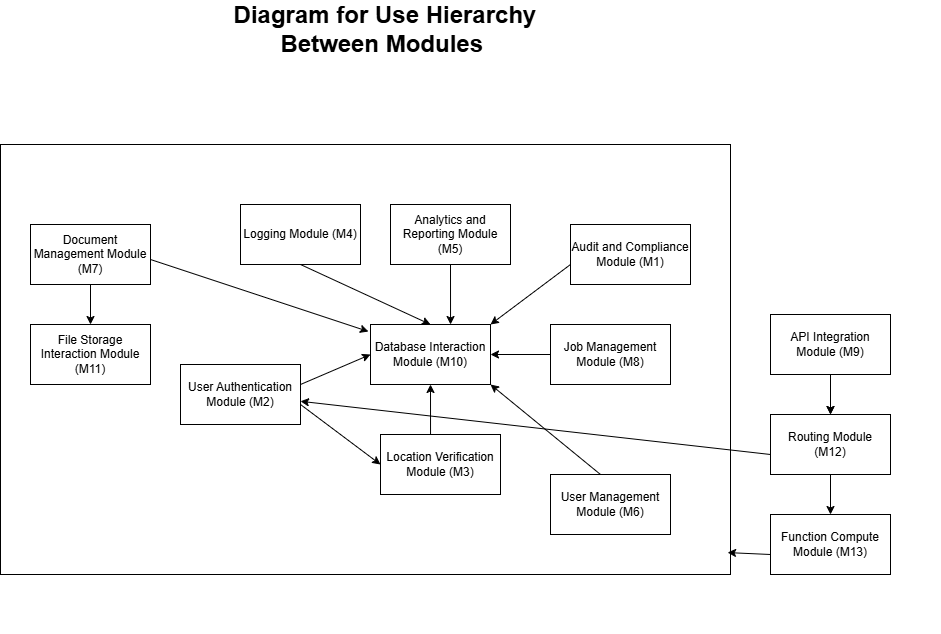
The draw.io diagram docs/Design/SoftArchitecture/userHierarchy.png in Spitgranger/SyncMaster, before a commit. Source tidied: cells renumbered, new cells last; positions are measured from the earlier drawing's top-left corner, leaving out a move shared by most shapes.
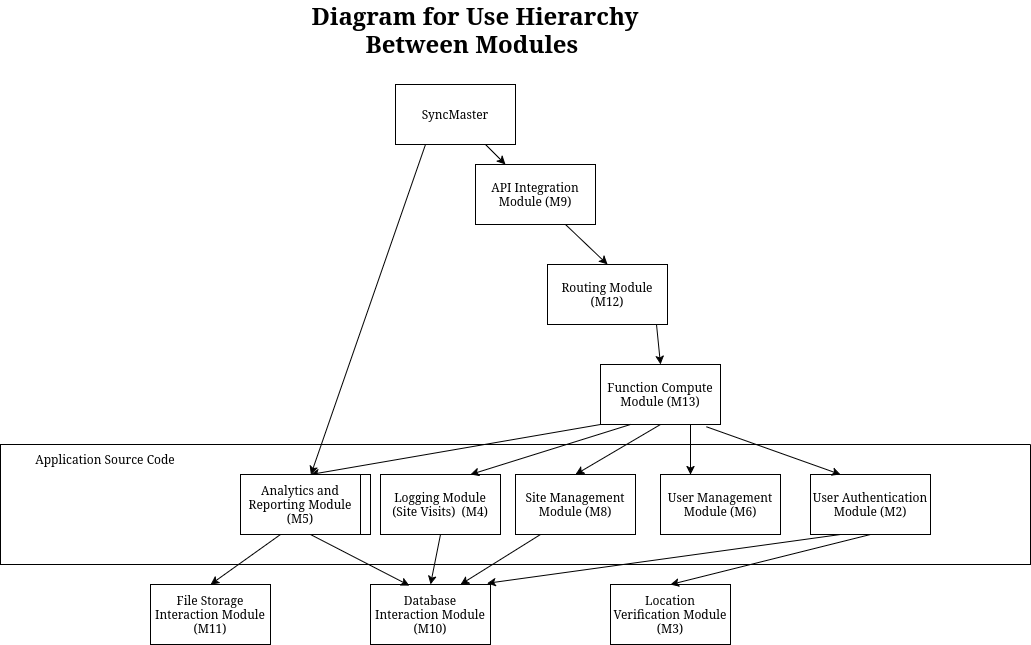
Above is the later version.

Commit message:
fix(final): update software design documents to reflect actual software architecture

What changed in the source:
```diff
@@ -5,129 +5,105 @@
     <mxCell id="2" value="&lt;b&gt;&lt;font style=&quot;font-size: 24px;&quot;&gt;Diagram for Use Hierarchy Between Modules&amp;nbsp;&lt;/font&gt;&lt;/b&gt;" style="text;html=1;align=center;verticalAlign=middle;whiteSpace=wrap;rounded=0;" parent="1" vertex="1">
       <mxGeometry x="190" width="390" height="30" as="geometry" />
     </mxCell>
-    <mxCell id="3" value="Analytics and Reporting Module (M5)" style="rounded=0;whiteSpace=wrap;html=1;" parent="1" vertex="1">
-      <mxGeometry x="390" y="190" width="120" height="60" as="geometry" />
-    </mxCell>
     <mxCell id="4" value="User Management Module (M6)" style="rounded=0;whiteSpace=wrap;html=1;" parent="1" vertex="1">
-      <mxGeometry x="550" y="460" width="120" height="60" as="geometry" />
+      <mxGeometry x="570" y="460" width="120" height="60" as="geometry" />
     </mxCell>
     <mxCell id="5" value="Location Verification Module (M3)" style="rounded=0;whiteSpace=wrap;html=1;" parent="1" vertex="1">
-      <mxGeometry x="380" y="420" width="120" height="60" as="geometry" />
+      <mxGeometry x="520" y="570" width="120" height="60" as="geometry" />
     </mxCell>
-    <mxCell id="6" value="Audit and Compliance Module (M1)" style="rounded=0;whiteSpace=wrap;html=1;" parent="1" vertex="1">
-      <mxGeometry x="570" y="210" width="120" height="60" as="geometry" />
-    </mxCell>
-    <mxCell id="7" value="Job Management Module (M8)" style="rounded=0;whiteSpace=wrap;html=1;" parent="1" vertex="1">
-      <mxGeometry x="550" y="310" width="120" height="60" as="geometry" />
-    </mxCell>
+    <mxCell id="36" value="Site Management Module (M8)" style="rounded=0;whiteSpace=wrap;html=1;" parent="1" vertex="1">
+      <mxGeometry x="425" y="460" width="120" height="60" as="geometry" />
+    </mxCell>
     <mxCell id="8" value="Database Interaction Module (M10)" style="rounded=0;whiteSpace=wrap;html=1;" parent="1" vertex="1">
-      <mxGeometry x="370" y="310" width="120" height="60" as="geometry" />
+      <mxGeometry x="280" y="570" width="120" height="60" as="geometry" />
     </mxCell>
-    <mxCell id="9" value="Logging Module (M4)" style="rounded=0;whiteSpace=wrap;html=1;" parent="1" vertex="1">
-      <mxGeometry x="240" y="190" width="120" height="60" as="geometry" />
-    </mxCell>
-    <mxCell id="10" style="group;" parent="1" vertex="1">
-      <mxGeometry x="30" y="210" width="910" height="410" as="geometry" />
-    </mxCell>
-    <mxCell id="11" style="endArrow=classic;html=1;rounded=0;" parent="10" edge="1">
-      <mxGeometry relative="1" as="geometry">
-        <mxPoint x="60" y="60" as="sourcePoint" />
-        <mxPoint x="60" y="100" as="targetPoint" />
-      </mxGeometry>
-    </mxCell>
-    <mxCell id="12" style="group;" parent="10" vertex="1">
-      <mxGeometry width="910" height="410" as="geometry" />
-    </mxCell>
+    <mxCell id="37" value="Logging Module (Site Visits)&amp;nbsp; (M4)" style="rounded=0;whiteSpace=wrap;html=1;" parent="1" vertex="1">
+      <mxGeometry x="290" y="460" width="120" height="60" as="geometry" />
+    </mxCell>
+    <mxCell id="38" style="endArrow=classic;html=1;rounded=0;exitX=0.5;exitY=1;exitDx=0;exitDy=0;entryX=0.5;entryY=0;entryDx=0;entryDy=0;" parent="1" edge="1" source="16" target="5">
+      <mxGeometry relative="1" as="geometry" />
+    </mxCell>
-    <mxCell id="13" value="Document Management Module (M7)" style="rounded=0;whiteSpace=wrap;html=1;" parent="12" vertex="1">
-      <mxGeometry width="120" height="60" as="geometry" />
+    <mxCell id="13" value="Document Management Module (M7)" style="rounded=0;whiteSpace=wrap;html=1;" parent="1" vertex="1">
+      <mxGeometry x="160" y="460" width="120" height="60" as="geometry" />
     </mxCell>
-    <mxCell id="14" style="rounded=0;whiteSpace=wrap;html=1;fillColor=none;" parent="12" vertex="1">
-      <mxGeometry x="-30" y="-80" width="730" height="430" as="geometry" />
-    </mxCell>
-    <mxCell id="15" value="File Storage Interaction Module (M11)" style="rounded=0;whiteSpace=wrap;html=1;" parent="12" vertex="1">
-      <mxGeometry y="100" width="120" height="60" as="geometry" />
+    <mxCell id="15" value="File Storage Interaction Module (M11)" style="rounded=0;whiteSpace=wrap;html=1;" parent="1" vertex="1">
+      <mxGeometry x="60" y="570" width="120" height="60" as="geometry" />
     </mxCell>
     <mxCell id="16" value="User Authentication Module (M2)" style="rounded=0;whiteSpace=wrap;html=1;" parent="1" vertex="1">
-      <mxGeometry x="180" y="350" width="120" height="60" as="geometry" />
+      <mxGeometry x="720" y="460" width="120" height="60" as="geometry" />
     </mxCell>
-    <mxCell id="17" style="group;" parent="1" vertex="1">
-      <mxGeometry x="770" y="300" width="120" height="260" as="geometry" />
-    </mxCell>
+    <mxCell id="39" style="group;" parent="1" vertex="1">
+      <mxGeometry x="460" y="100" width="165" height="260" as="geometry" />
+    </mxCell>
+    <mxCell id="20" value="API Integration Module (M9)" style="rounded=0;whiteSpace=wrap;html=1;" parent="39" vertex="1">
+      <mxGeometry x="-75" y="50" width="120" height="60" as="geometry" />
+    </mxCell>
+    <mxCell id="40" style="group;" parent="39" vertex="1">
+      <mxGeometry x="45" y="40" width="120" height="170" as="geometry" />
+    </mxCell>
+    <mxCell id="41" style="endArrow=classic;html=1;rounded=0;entryX=0.5;entryY=0;entryDx=0;entryDy=0;" parent="40" edge="1" target="18">
+      <mxGeometry relative="1" as="geometry">
+        <mxPoint x="60" y="160" as="sourcePoint" />
+      </mxGeometry>
+    </mxCell>
+    <mxCell id="21" value="Routing Module (M12)" style="rounded=0;whiteSpace=wrap;html=1;" parent="40" vertex="1">
+      <mxGeometry x="-48" y="110" width="120" height="60" as="geometry" />
+    </mxCell>
+    <mxCell id="23" style="endArrow=classic;html=1;rounded=0;entryX=0.5;entryY=0;entryDx=0;entryDy=0;exitX=0.75;exitY=1;exitDx=0;exitDy=0;" parent="39" edge="1" source="20" target="21">
+      <mxGeometry relative="1" as="geometry" />
+    </mxCell>
+    <mxCell id="42" style="endArrow=classic;html=1;rounded=0;exitX=0.25;exitY=1;exitDx=0;exitDy=0;" parent="1" edge="1" source="49" target="3">
+      <mxGeometry relative="1" as="geometry" />
+    </mxCell>
+    <mxCell id="43" style="endArrow=classic;html=1;rounded=0;entryX=0.5;entryY=0;entryDx=0;entryDy=0;exitX=0.25;exitY=1;exitDx=0;exitDy=0;" parent="1" edge="1" source="13" target="15">
+      <mxGeometry relative="1" as="geometry" />
+    </mxCell>
+    <mxCell id="44" style="endArrow=classic;html=1;rounded=0;entryX=0.323;entryY=0.016;entryDx=0;entryDy=0;exitX=0.5;exitY=1;exitDx=0;exitDy=0;entryPerimeter=0;" parent="1" edge="1" source="13" target="8">
+      <mxGeometry relative="1" as="geometry" />
+    </mxCell>
+    <mxCell id="45" style="endArrow=classic;html=1;rounded=0;entryX=0.5;entryY=0;entryDx=0;entryDy=0;exitX=0;exitY=1;exitDx=0;exitDy=0;" parent="1" edge="1" source="18" target="13">
+      <mxGeometry relative="1" as="geometry" />
+    </mxCell>
+    <mxCell id="46" style="endArrow=classic;html=1;rounded=0;entryX=0.25;entryY=0;entryDx=0;entryDy=0;exitX=0.883;exitY=1.038;exitDx=0;exitDy=0;exitPerimeter=0;" parent="1" edge="1" source="18" target="16">
+      <mxGeometry relative="1" as="geometry" />
+    </mxCell>
+    <mxCell id="47" style="endArrow=classic;html=1;rounded=0;entryX=0.5;entryY=0;entryDx=0;entryDy=0;exitX=0.5;exitY=1;exitDx=0;exitDy=0;" parent="1" edge="1" source="18" target="36">
+      <mxGeometry relative="1" as="geometry" />
+    </mxCell>
+    <mxCell id="48" style="endArrow=classic;html=1;rounded=0;entryX=0.25;entryY=0;entryDx=0;entryDy=0;exitX=0.75;exitY=1;exitDx=0;exitDy=0;" parent="1" edge="1" source="18" target="4">
+      <mxGeometry relative="1" as="geometry" />
+    </mxCell>
+    <mxCell id="49" value="SyncMaster" style="rounded=0;whiteSpace=wrap;html=1;" parent="1" vertex="1">
+      <mxGeometry x="305" y="70" width="120" height="60" as="geometry" />
+    </mxCell>
-    <mxCell id="18" value="Function Compute Module (M13)" style="rounded=0;whiteSpace=wrap;html=1;" parent="17" vertex="1">
-      <mxGeometry y="200" width="120" height="60" as="geometry" />
+    <mxCell id="18" value="Function Compute Module (M13)" style="rounded=0;whiteSpace=wrap;html=1;" parent="1" vertex="1">
+      <mxGeometry x="510" y="350" width="120" height="60" as="geometry" />
     </mxCell>
-    <mxCell id="19" style="group;" parent="17" vertex="1">
-      <mxGeometry width="120" height="160" as="geometry" />
-    </mxCell>
-    <mxCell id="20" value="API Integration Module (M9)" style="rounded=0;whiteSpace=wrap;html=1;" parent="19" vertex="1">
-      <mxGeometry width="120" height="60" as="geometry" />
-    </mxCell>
-    <mxCell id="21" value="Routing Module (M12)" style="rounded=0;whiteSpace=wrap;html=1;" parent="19" vertex="1">
-      <mxGeometry y="100" width="120" height="60" as="geometry" />
-    </mxCell>
-    <mxCell id="22" style="endArrow=classic;html=1;rounded=0;entryX=0.5;entryY=0;entryDx=0;entryDy=0;" parent="19" edge="1" target="21">
-      <mxGeometry relative="1" as="geometry">
-        <mxPoint x="60" y="70" as="sourcePoint" />
-      </mxGeometry>
-    </mxCell>
-    <mxCell id="23" style="edgeStyle=orthogonalEdgeStyle;rounded=0;jettySize=auto;html=1;" parent="19" edge="1" source="20" target="21">
-      <mxGeometry relative="1" as="geometry" />
-    </mxCell>
-    <mxCell id="24" style="endArrow=classic;html=1;rounded=0;entryX=0.5;entryY=0;entryDx=0;entryDy=0;" parent="19" edge="1" target="18">
-      <mxGeometry relative="1" as="geometry">
-        <mxPoint x="60" y="160" as="sourcePoint" />
-      </mxGeometry>
-    </mxCell>
-    <mxCell id="25" style="endArrow=classic;html=1;rounded=0;" parent="19" edge="1" target="16">
-      <mxGeometry relative="1" as="geometry">
-        <mxPoint y="140" as="sourcePoint" />
-      </mxGeometry>
-    </mxCell>
-    <mxCell id="26" style="endArrow=classic;html=1;rounded=0;entryX=0.996;entryY=0.949;entryDx=0;entryDy=0;entryPerimeter=0;" parent="17" edge="1" target="14">
-      <mxGeometry relative="1" as="geometry">
-        <mxPoint y="240" as="sourcePoint" />
-      </mxGeometry>
-    </mxCell>
-    <mxCell id="27" style="endArrow=classic;html=1;rounded=0;entryX=0.5;entryY=0;entryDx=0;entryDy=0;exitX=0.5;exitY=1;exitDx=0;exitDy=0;" parent="1" edge="1" source="9" target="8">
-      <mxGeometry relative="1" as="geometry" />
-    </mxCell>
-    <mxCell id="28" style="endArrow=classic;html=1;rounded=0;entryX=0.667;entryY=0;entryDx=0;entryDy=0;entryPerimeter=0;" parent="1" edge="1" target="8">
-      <mxGeometry relative="1" as="geometry">
-        <mxPoint x="450" y="250" as="sourcePoint" />
-      </mxGeometry>
-    </mxCell>
-    <mxCell id="29" style="endArrow=classic;html=1;rounded=0;entryX=1;entryY=0.5;entryDx=0;entryDy=0;exitX=0;exitY=0.5;exitDx=0;exitDy=0;" parent="1" edge="1" source="7" target="8">
-      <mxGeometry relative="1" as="geometry" />
-    </mxCell>
-    <mxCell id="30" style="endArrow=classic;html=1;rounded=0;entryX=0.825;entryY=1.05;entryDx=0;entryDy=0;entryPerimeter=0;exitX=0.417;exitY=0;exitDx=0;exitDy=0;exitPerimeter=0;" parent="1" edge="1" source="5">
-      <mxGeometry relative="1" as="geometry">
-        <mxPoint x="430" y="370" as="targetPoint" />
-      </mxGeometry>
-    </mxCell>
-    <mxCell id="31" style="endArrow=classic;html=1;rounded=0;entryX=1;entryY=1;entryDx=0;entryDy=0;" parent="1" edge="1" target="8">
-      <mxGeometry relative="1" as="geometry">
-        <mxPoint x="600" y="460" as="sourcePoint" />
-      </mxGeometry>
-    </mxCell>
-    <mxCell id="32" style="endArrow=classic;html=1;rounded=0;entryX=0;entryY=0.5;entryDx=0;entryDy=0;" parent="1" edge="1" target="8">
-      <mxGeometry relative="1" as="geometry">
-        <mxPoint x="300" y="370" as="sourcePoint" />
-      </mxGeometry>
-    </mxCell>
-    <mxCell id="33" style="endArrow=classic;html=1;rounded=0;entryX=0;entryY=0.5;entryDx=0;entryDy=0;" parent="1" edge="1" target="5">
-      <mxGeometry relative="1" as="geometry">
-        <mxPoint x="300" y="390" as="sourcePoint" />
-      </mxGeometry>
-    </mxCell>
-    <mxCell id="34" style="endArrow=classic;html=1;rounded=0;entryX=-0.017;entryY=0.117;entryDx=0;entryDy=0;entryPerimeter=0;" parent="1" edge="1" target="8">
-      <mxGeometry relative="1" as="geometry">
-        <mxPoint x="150" y="245" as="sourcePoint" />
-      </mxGeometry>
-    </mxCell>
-    <mxCell id="35" style="endArrow=classic;html=1;rounded=0;entryX=1;entryY=0;entryDx=0;entryDy=0;" parent="1" edge="1" target="8">
-      <mxGeometry relative="1" as="geometry">
-        <mxPoint x="570" y="250" as="sourcePoint" />
-      </mxGeometry>
-    </mxCell>
+    <mxCell id="50" style="endArrow=classic;html=1;rounded=0;exitX=0.75;exitY=1;exitDx=0;exitDy=0;entryX=0.25;entryY=0;entryDx=0;entryDy=0;" parent="1" edge="1" source="49" target="20">
+      <mxGeometry relative="1" as="geometry" />
+    </mxCell>
+    <mxCell id="51" style="endArrow=classic;html=1;rounded=0;entryX=0.75;entryY=0;entryDx=0;entryDy=0;exitX=0.25;exitY=1;exitDx=0;exitDy=0;" parent="1" edge="1" source="18" target="37">
+      <mxGeometry relative="1" as="geometry" />
+    </mxCell>
+    <mxCell id="52" style="endArrow=classic;html=1;rounded=0;exitX=0.25;exitY=1;exitDx=0;exitDy=0;entryX=0.971;entryY=-0.02;entryDx=0;entryDy=0;entryPerimeter=0;" parent="1" edge="1" source="16" target="8">
+      <mxGeometry relative="1" as="geometry" />
+    </mxCell>
+    <mxCell id="53" style="endArrow=classic;html=1;rounded=0;entryX=0.75;entryY=0;entryDx=0;entryDy=0;exitX=0.25;exitY=1;exitDx=0;exitDy=0;" parent="1" edge="1" target="8">
+      <mxGeometry relative="1" as="geometry">
+        <mxPoint x="450" y="520" as="sourcePoint" />
+      </mxGeometry>
+    </mxCell>
+    <mxCell id="54" style="endArrow=classic;html=1;rounded=0;entryX=0.5;entryY=0;entryDx=0;entryDy=0;exitX=0.5;exitY=1;exitDx=0;exitDy=0;" parent="1" edge="1" source="37" target="8">
+      <mxGeometry relative="1" as="geometry" />
+    </mxCell>
+    <mxCell id="55" style="swimlane;startSize=0;" parent="1" vertex="1">
+      <mxGeometry x="-90" y="430" width="1030" height="120" as="geometry" />
+    </mxCell>
+    <mxCell id="56" value="Application Source Code" style="text;html=1;align=center;verticalAlign=middle;whiteSpace=wrap;rounded=0;" parent="55" vertex="1">
+      <mxGeometry x="20" width="170" height="30" as="geometry" />
+    </mxCell>
+    <mxCell id="3" value="Analytics and Reporting Module (M5)" style="rounded=0;whiteSpace=wrap;html=1;" parent="55" vertex="1">
+      <mxGeometry x="240" y="30" width="120" height="60" as="geometry" />
+    </mxCell>
   </root>
 </mxGraphModel>
```
